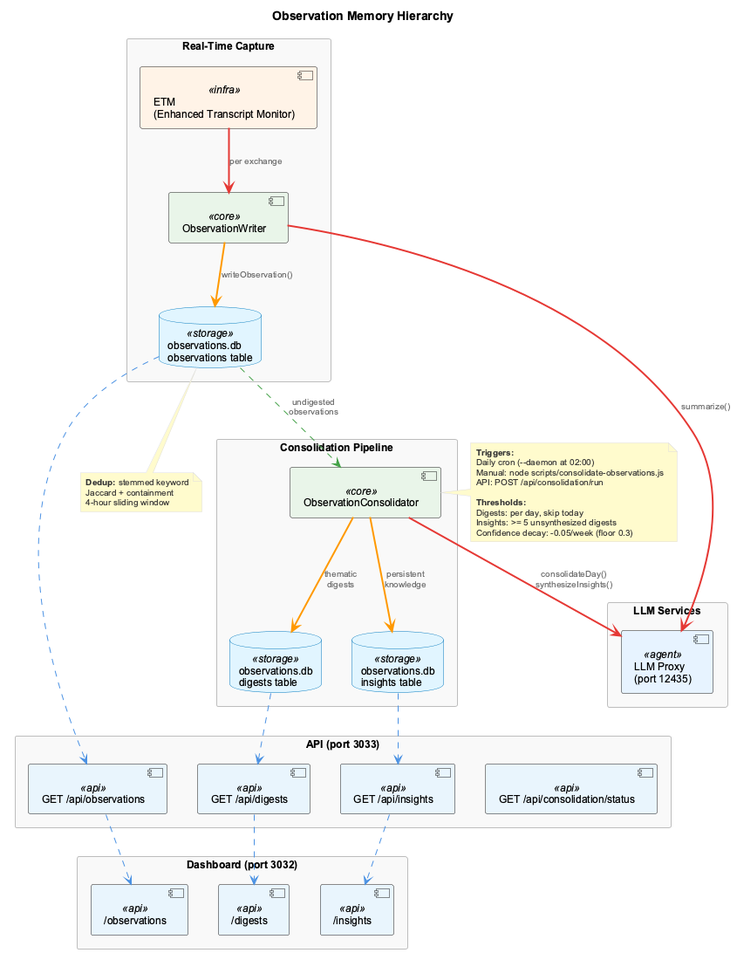
fwornle/coding keeps this PlantUML diagram as docs-content/images/observation-memory-hierarchy.png. Above is the earlier version.
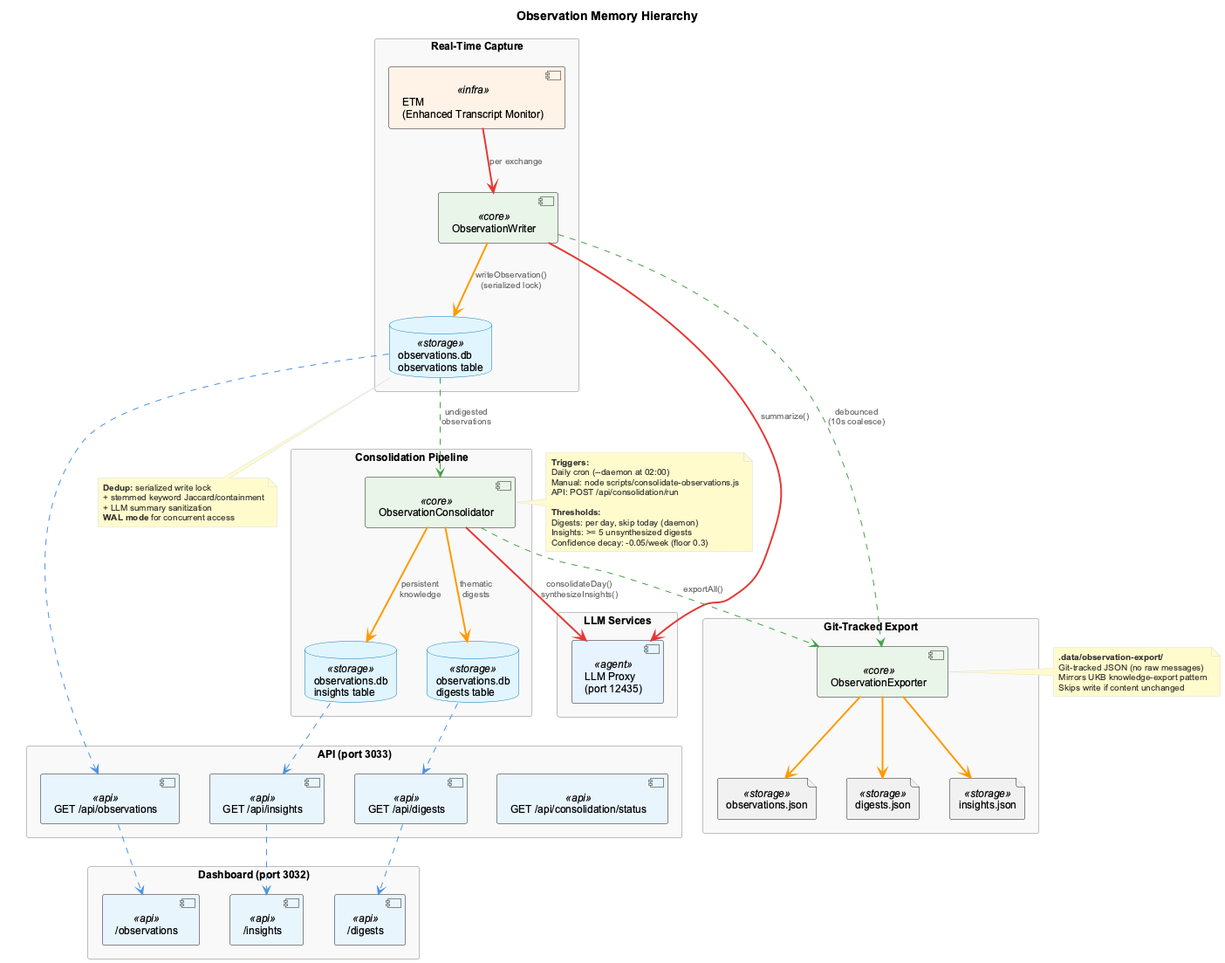
After the change.

Commit message:
docs: update after observation/digest/insight export

Change to the diagram source:
```diff
@@ -20,6 +20,13 @@
   component "LLM Proxy\n(port 12435)" as LLM <<agent>>
 }
 
+rectangle "Git-Tracked Export" {
+  component "ObservationExporter" as EXP <<core>>
+  file "observations.json" as EX_OBS <<storage>>
+  file "digests.json" as EX_DIG <<storage>>
+  file "insights.json" as EX_INS <<storage>>
+}
+
 rectangle "Dashboard (port 3032)" {
   component "/observations" as UI_OBS <<api>>
   component "/digests" as UI_DIG <<api>>
@@ -35,12 +42,20 @@
 
 ETM SYNC_LINE OW : per exchange
 OW SYNC_LINE LLM : summarize()
-OW DATA_LINE OBS : writeObservation()
+OW DATA_LINE OBS : writeObservation()\n(serialized lock)
+
+OW ASYNC_LINE EXP : debounced\n(10s coalesce)
 
 OBS ASYNC_LINE OC : undigested\nobservations
 OC SYNC_LINE LLM : consolidateDay()\nsynthesizeInsights()
 OC DATA_LINE DIG : thematic\ndigests
 OC DATA_LINE INS : persistent\nknowledge
+
+OC ASYNC_LINE EXP : exportAll()
+
+EXP DATA_LINE EX_OBS
+EXP DATA_LINE EX_DIG
+EXP DATA_LINE EX_INS
 
 OBS ..> API_OBS
 DIG ..> API_DIG
@@ -50,6 +65,13 @@
 API_DIG ..> UI_DIG
 API_INS ..> UI_INS
 
+note right of EXP
+  **.data/observation-export/**
+  Git-tracked JSON (no raw messages)
+  Mirrors UKB knowledge-export pattern
+  Skips write if content unchanged
+end note
+
 note right of OC
   **Triggers:**
   Daily cron (--daemon at 02:00)
@@ -57,15 +79,16 @@
   API: POST /api/consolidation/run
 
   **Thresholds:**
-  Digests: per day, skip today
+  Digests: per day, skip today (daemon)
   Insights: >= 5 unsynthesized digests
   Confidence decay: -0.05/week (floor 0.3)
 end note
 
 note bottom of OBS
-  **Dedup:** stemmed keyword
-  Jaccard + containment
-  4-hour sliding window
+  **Dedup:** serialized write lock
+  + stemmed keyword Jaccard/containment
+  + LLM summary sanitization
+  **WAL mode** for concurrent access
 end note
 
 @enduml
```
